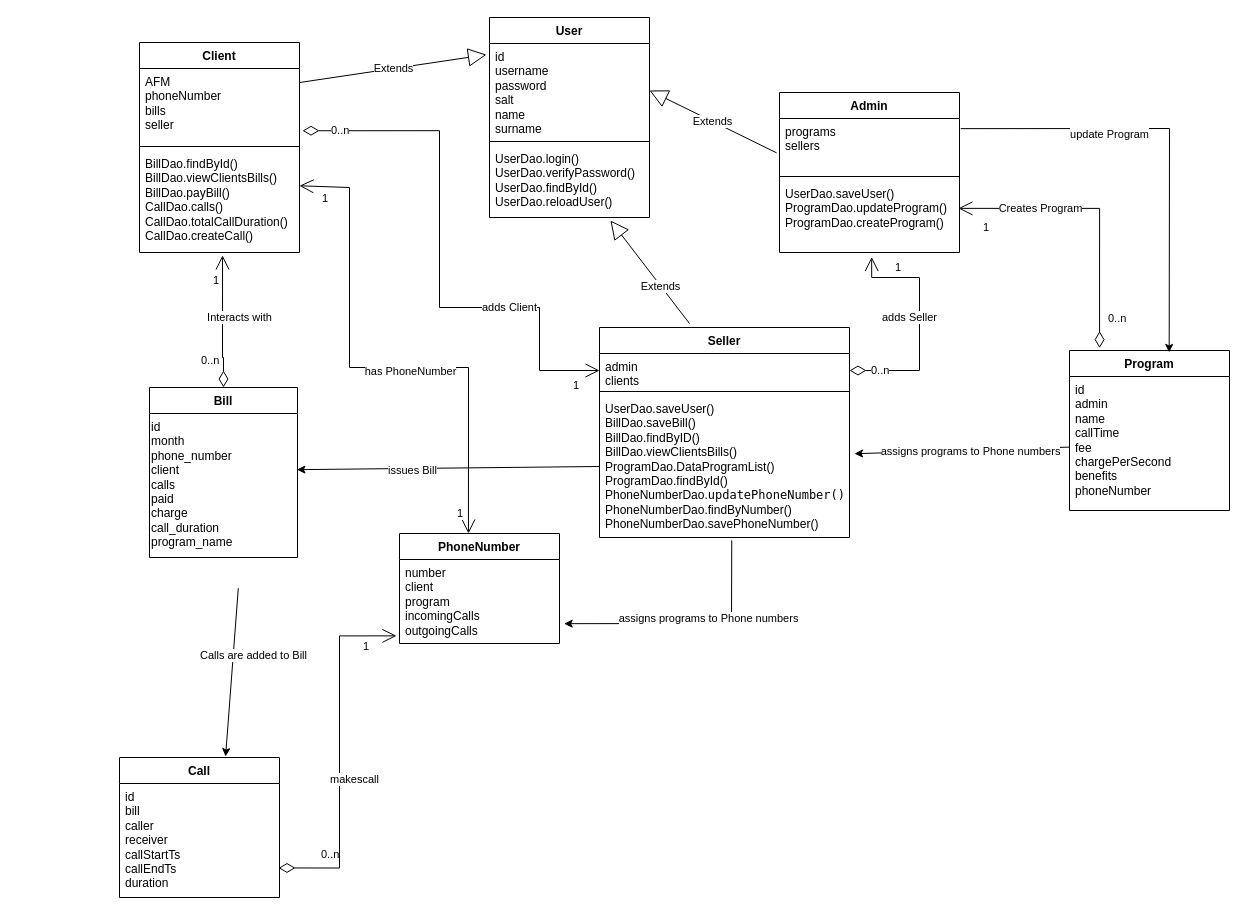
Above: Diagram.drawio in dimitry-lzs/webProgramming (draw.io), before the change. Source tidied: cells renumbered, new cells numbered last; positions are measured from the earlier drawing's top-left corner, leaving out a move shared by most shapes. Both pictures are drawn from the tidied source at 100%, with x=0, y=0 at pixel (119, 17).
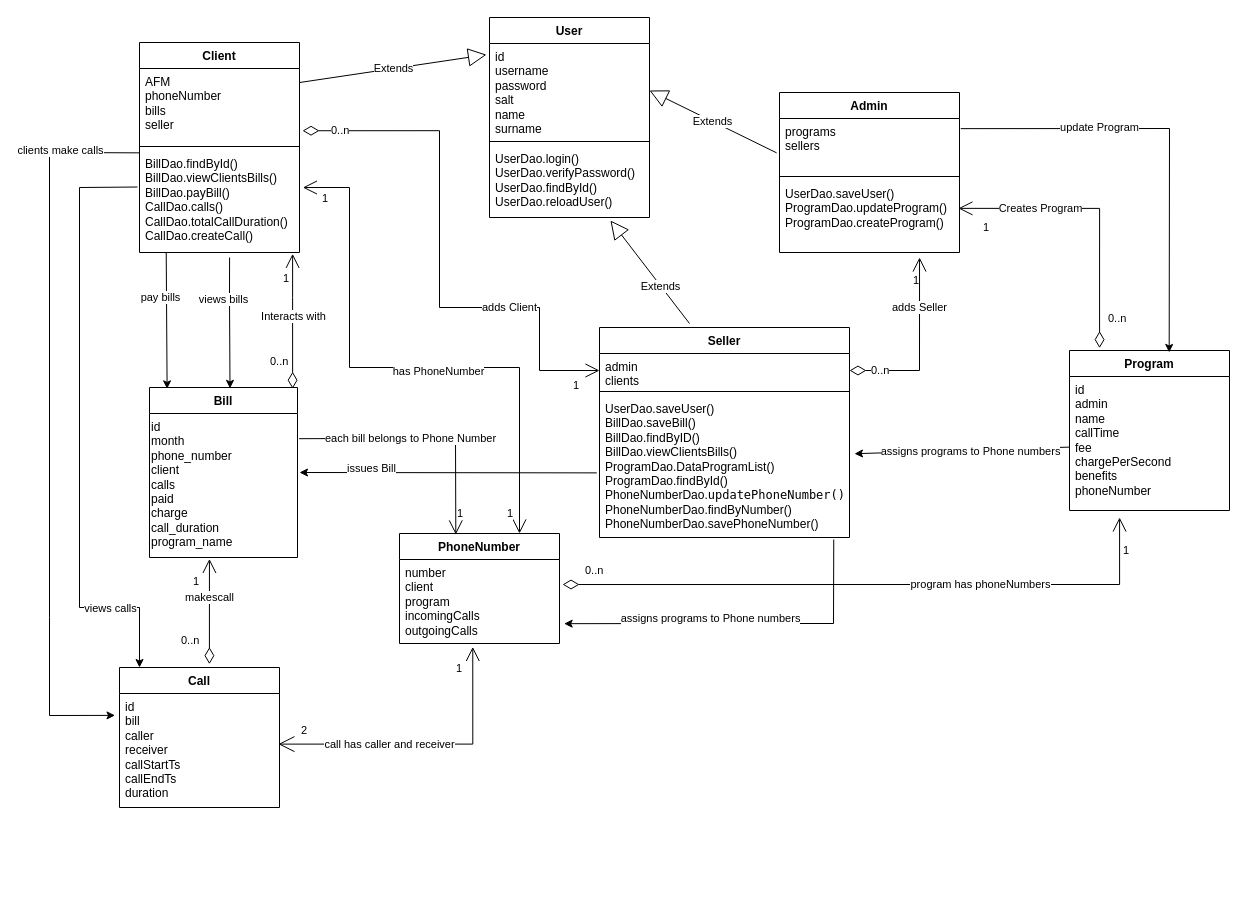
After the change.

The change refers to these unchanged cells:
```xml
<mxCell id="9" value="&lt;div&gt;UserDao.saveUser()&lt;br&gt;&lt;/div&gt;ProgramDao.updateProgram()&lt;div&gt;ProgramDao.createProgram()&lt;br&gt;&lt;/div&gt;" style="text;strokeColor=none;fillColor=none;align=left;verticalAlign=top;spacingLeft=4;spacingRight=4;overflow=hidden;points=[[0,0.5],[1,0.5]];portConstraint=eastwest;whiteSpace=wrap;html=1;" parent="6" vertex="1">
  <mxGeometry y="88" width="180" height="72" as="geometry" />
</mxCell>
<mxCell id="13" value="BillDao.findById()&lt;div&gt;BillDao.viewClientsBills()&lt;/div&gt;&lt;div&gt;BillDao.payBill()&lt;/div&gt;&lt;div&gt;CallDao.calls()&lt;/div&gt;&lt;div&gt;CallDao.totalCallDuration()&lt;/div&gt;&lt;div&gt;CallDao.createCall()&lt;/div&gt;" style="text;strokeColor=none;fillColor=none;align=left;verticalAlign=top;spacingLeft=4;spacingRight=4;overflow=hidden;points=[[0,0.5],[1,0.5]];portConstraint=eastwest;whiteSpace=wrap;html=1;" parent="10" vertex="1">
  <mxGeometry y="108" width="160" height="102" as="geometry" />
</mxCell>
<mxCell id="15" value="admin&lt;div&gt;clients&lt;/div&gt;" style="text;strokeColor=none;fillColor=none;align=left;verticalAlign=top;spacingLeft=4;spacingRight=4;overflow=hidden;points=[[0,0.5],[1,0.5]];portConstraint=eastwest;whiteSpace=wrap;html=1;" parent="14" vertex="1">
  <mxGeometry y="26" width="250" height="34" as="geometry" />
</mxCell>
<mxCell id="17" value="&lt;div&gt;UserDao.saveUser()&lt;br&gt;&lt;/div&gt;&lt;div&gt;BillDao.saveBill()&lt;/div&gt;&lt;div&gt;BillDao.findByID()&lt;/div&gt;&lt;div&gt;BillDao.viewClientsBills()&lt;/div&gt;&lt;div&gt;ProgramDao.DataProgramList()&lt;/div&gt;&lt;div&gt;ProgramDao.findById()&lt;/div&gt;&lt;div&gt;PhoneNumberDao.&lt;span style=&quot;font-family: &amp;quot;Droid Sans Mono&amp;quot;, &amp;quot;monospace&amp;quot;, monospace; white-space: pre;&quot;&gt;updatePhoneNumber()&lt;/span&gt;&lt;/div&gt;&lt;div&gt;PhoneNumberDao.findByNumber()&lt;br&gt;&lt;/div&gt;&lt;div&gt;PhoneNumberDao.savePhoneNumber()&lt;br&gt;&lt;/div&gt;" style="text;strokeColor=none;fillColor=none;align=left;verticalAlign=top;spacingLeft=4;spacingRight=4;overflow=hidden;points=[[0,0.5],[1,0.5]];portConstraint=eastwest;whiteSpace=wrap;html=1;" parent="14" vertex="1">
  <mxGeometry y="68" width="250" height="142" as="geometry" />
</mxCell>
<mxCell id="21" value="PhoneNumber" style="swimlane;fontStyle=1;align=center;verticalAlign=top;horizontal=1;startSize=26;whiteSpace=wrap;html=1;" parent="1" vertex="1">
  <mxGeometry x="280" y="516" width="160" height="110" as="geometry" />
</mxCell>
<mxCell id="22" value="&lt;div&gt;number&lt;/div&gt;&lt;div&gt;client&lt;/div&gt;&lt;div&gt;program&lt;/div&gt;&lt;div&gt;incomingCalls&lt;/div&gt;&lt;div&gt;outgoingCalls&lt;/div&gt;&lt;div&gt;&lt;br&gt;&lt;/div&gt;" style="text;strokeColor=none;fillColor=none;align=left;verticalAlign=top;spacingLeft=4;spacingRight=4;overflow=hidden;points=[[0,0.5],[1,0.5]];portConstraint=eastwest;whiteSpace=wrap;html=1;" parent="21" vertex="1">
  <mxGeometry y="26" width="160" height="84" as="geometry" />
</mxCell>
<mxCell id="24" value="&lt;div&gt;id&lt;/div&gt;&lt;div&gt;admin&lt;/div&gt;&lt;div&gt;name&lt;/div&gt;&lt;div&gt;callTime&lt;/div&gt;&lt;div&gt;fee&lt;/div&gt;&lt;div&gt;chargePerSecond&lt;/div&gt;&lt;div&gt;benefits&lt;/div&gt;&lt;div&gt;phoneNumber&lt;/div&gt;" style="text;strokeColor=none;fillColor=none;align=left;verticalAlign=top;spacingLeft=4;spacingRight=4;overflow=hidden;points=[[0,0.5],[1,0.5]];portConstraint=eastwest;whiteSpace=wrap;html=1;" parent="23" vertex="1">
  <mxGeometry y="26" width="160" height="134" as="geometry" />
</mxCell>
<mxCell id="26" value="&lt;div&gt;id&lt;/div&gt;&lt;div&gt;bill&lt;/div&gt;&lt;div&gt;caller&lt;/div&gt;&lt;div&gt;receiver&lt;/div&gt;&lt;div&gt;callStartTs&lt;/div&gt;&lt;div&gt;callEndTs&lt;/div&gt;&lt;div&gt;duration&lt;/div&gt;" style="text;strokeColor=none;fillColor=none;align=left;verticalAlign=top;spacingLeft=4;spacingRight=4;overflow=hidden;points=[[0,0.5],[1,0.5]];portConstraint=eastwest;whiteSpace=wrap;html=1;" parent="25" vertex="1">
  <mxGeometry y="26" width="160" height="114" as="geometry" />
</mxCell>
<mxCell id="27" value="Bill" style="swimlane;fontStyle=1;align=center;verticalAlign=top;horizontal=1;startSize=26;whiteSpace=wrap;html=1;" parent="1" vertex="1">
  <mxGeometry x="30" y="370" width="148" height="170" as="geometry" />
</mxCell>
<mxCell id="28" value="&lt;div style=&quot;&quot;&gt;id&lt;/div&gt;&lt;div style=&quot;&quot;&gt;month&lt;/div&gt;&lt;div style=&quot;&quot;&gt;phone_number&lt;/div&gt;&lt;div style=&quot;&quot;&gt;client&lt;/div&gt;&lt;div style=&quot;&quot;&gt;calls&lt;/div&gt;&lt;div style=&quot;&quot;&gt;paid&lt;/div&gt;&lt;div style=&quot;&quot;&gt;charge&lt;/div&gt;&lt;div style=&quot;&quot;&gt;call_duration&lt;/div&gt;&lt;div style=&quot;&quot;&gt;program_name&lt;/div&gt;&lt;div style=&quot;&quot;&gt;&lt;br&gt;&lt;/div&gt;" style="whiteSpace=wrap;html=1;align=left;fillColor=none;strokeColor=none;verticalAlign=top;" parent="27" vertex="1">
  <mxGeometry y="26" width="148" height="144" as="geometry" />
</mxCell>
<mxCell id="43" style="endArrow=classic;html=1;rounded=0;entryX=0.623;entryY=0.012;entryDx=0;entryDy=0;entryPerimeter=0;exitX=1.007;exitY=0.188;exitDx=0;exitDy=0;exitPerimeter=0;" parent="1" edge="1" source="7" target="23">
  <mxGeometry relative="1" as="geometry">
    <Array as="points">
      <mxPoint x="1050" y="111" />
    </Array>
  </mxGeometry>
</mxCell>
```

The edit, as a diff of the source:
```diff
@@
     <mxCell id="25" value="Call" style="swimlane;fontStyle=1;align=center;verticalAlign=top;horizontal=1;startSize=26;whiteSpace=wrap;html=1;" parent="1" vertex="1">
-      <mxGeometry y="740" width="160" height="140" as="geometry" />
+      <mxGeometry y="650" width="160" height="140" as="geometry" />
     </mxCell>
@@
-    <mxCell id="29" value="adds Seller" style="endArrow=open;html=1;endSize=12;startArrow=diamondThin;startSize=14;startFill=0;edgeStyle=orthogonalEdgeStyle;rounded=0;exitX=1;exitY=0.5;exitDx=0;exitDy=0;entryX=0.512;entryY=1.063;entryDx=0;entryDy=0;entryPerimeter=0;" parent="1" edge="1" source="15" target="9">
-      <mxGeometry x="0.5" y="40" relative="1" as="geometry">
+    <mxCell id="29" value="adds Seller" style="endArrow=open;html=1;endSize=12;startArrow=diamondThin;startSize=14;startFill=0;edgeStyle=orthogonalEdgeStyle;rounded=0;exitX=1;exitY=0.5;exitDx=0;exitDy=0;entryX=0.778;entryY=1.069;entryDx=0;entryDy=0;entryPerimeter=0;" parent="1" edge="1" source="15" target="9">
+      <mxGeometry x="0.45" relative="1" as="geometry">
         <Array as="points">
           <mxPoint x="800" y="353" />
-          <mxPoint x="800" y="260" />
-          <mxPoint x="752" y="260" />
         </Array>
       </mxGeometry>
     </mxCell>
@@
     <mxCell id="31" value="1" style="edgeLabel;html=1;align=right;verticalAlign=top;" parent="29" vertex="1">
       <mxGeometry x="1" relative="1" as="geometry">
-        <mxPoint x="30" y="-3" as="offset" />
+        <mxPoint y="10" as="offset" />
       </mxGeometry>
     </mxCell>
@@
-    <mxCell id="38" value="makescall" style="endArrow=open;html=1;endSize=12;startArrow=diamondThin;startSize=14;startFill=0;edgeStyle=orthogonalEdgeStyle;rounded=0;exitX=0.994;exitY=0.741;exitDx=0;exitDy=0;exitPerimeter=0;entryX=-0.019;entryY=0.909;entryDx=0;entryDy=0;entryPerimeter=0;" parent="1" edge="1" source="26" target="22">
-      <mxGeometry x="-0.15" y="-15" relative="1" as="geometry" />
-    </mxCell>
-    <mxCell id="39" value="0..n" style="edgeLabel;html=1;align=left;verticalAlign=top;" parent="38" vertex="1">
-      <mxGeometry x="-1" relative="1" as="geometry">
-        <mxPoint x="41" y="-26" as="offset" />
-      </mxGeometry>
-    </mxCell>
-    <mxCell id="40" value="1" style="edgeLabel;html=1;align=right;verticalAlign=top;" parent="38" vertex="1">
-      <mxGeometry x="1" relative="1" as="geometry">
-        <mxPoint x="-27" y="-2" as="offset" />
-      </mxGeometry>
-    </mxCell>
-    <mxCell id="41" style="endArrow=classic;html=1;rounded=0;exitX=0.6;exitY=1.179;exitDx=0;exitDy=0;exitPerimeter=0;entryX=0.663;entryY=-0.007;entryDx=0;entryDy=0;entryPerimeter=0;" parent="1" edge="1" target="25">
-      <mxGeometry relative="1" as="geometry">
-        <mxPoint x="118.8" y="570.7" as="sourcePoint" />
-      </mxGeometry>
-    </mxCell>
-    <mxCell id="42" value="Calls are added to Bill" style="edgeLabel;html=1;align=center;verticalAlign=middle;" parent="41" vertex="1">
-      <mxGeometry relative="1" as="geometry">
-        <mxPoint x="21" y="-17" as="offset" />
-      </mxGeometry>
-    </mxCell>
@@
     <mxCell id="44" value="update Program" style="edgeLabel;html=1;align=center;verticalAlign=middle;" parent="43" vertex="1">
       <mxGeometry relative="1" as="geometry">
-        <mxPoint x="-60" y="-2" as="offset" />
+        <mxPoint x="-70" y="-9" as="offset" />
       </mxGeometry>
     </mxCell>
@@
-    <mxCell id="47" style="endArrow=open;html=1;rounded=0;exitX=0.431;exitY=0;exitDx=0;exitDy=0;exitPerimeter=0;entryX=1;entryY=0.346;entryDx=0;entryDy=0;entryPerimeter=0;startArrow=open;startFill=0;endFill=0;strokeWidth=1;endSize=12;targetPerimeterSpacing=0;startSize=12;" parent="1" edge="1" source="21" target="13">
+    <mxCell id="47" style="endArrow=open;html=1;rounded=0;exitX=0.75;exitY=0;exitDx=0;exitDy=0;startArrow=open;startFill=0;endFill=0;strokeWidth=1;endSize=12;targetPerimeterSpacing=0;startSize=12;entryX=1.021;entryY=0.363;entryDx=0;entryDy=0;entryPerimeter=0;" parent="1" edge="1" source="21" target="13">
       <mxGeometry relative="1" as="geometry">
         <Array as="points">
-          <mxPoint x="349" y="350" />
+          <mxPoint x="400" y="350" />
           <mxPoint x="300" y="350" />
           <mxPoint x="230" y="350" />
           <mxPoint x="230" y="170" />
         </Array>
       </mxGeometry>
     </mxCell>
@@
-    <mxCell id="49" value="Interacts with" style="endArrow=open;html=1;endSize=12;startArrow=diamondThin;startSize=14;startFill=0;edgeStyle=orthogonalEdgeStyle;rounded=0;entryX=0.519;entryY=1.028;entryDx=0;entryDy=0;entryPerimeter=0;exitX=0.5;exitY=0;exitDx=0;exitDy=0;" parent="1" edge="1" source="27" target="13">
-      <mxGeometry x="0.07" y="-17" relative="1" as="geometry">
+    <mxCell id="49" value="Interacts with" style="endArrow=open;html=1;endSize=12;startArrow=diamondThin;startSize=14;startFill=0;edgeStyle=orthogonalEdgeStyle;rounded=0;entryX=0.957;entryY=1.013;entryDx=0;entryDy=0;entryPerimeter=0;exitX=0.967;exitY=0.007;exitDx=0;exitDy=0;exitPerimeter=0;" parent="1" edge="1" source="27" target="13">
+      <mxGeometry x="0.07" y="-1" relative="1" as="geometry">
         <Array as="points">
-          <mxPoint x="104" y="340" />
-          <mxPoint x="103" y="340" />
+          <mxPoint x="173" y="280" />
+          <mxPoint x="173" y="280" />
         </Array>
       </mxGeometry>
     </mxCell>
@@
-    <mxCell id="52" style="endArrow=classic;html=1;rounded=0;exitX=0;exitY=0.5;exitDx=0;exitDy=0;entryX=0.996;entryY=0.39;entryDx=0;entryDy=0;entryPerimeter=0;" parent="1" edge="1" source="17" target="28">
-      <mxGeometry relative="1" as="geometry" />
+    <mxCell id="52" style="endArrow=classic;html=1;rounded=0;exitX=-0.011;exitY=0.545;exitDx=0;exitDy=0;exitPerimeter=0;" parent="1" edge="1" source="17">
+      <mxGeometry relative="1" as="geometry">
+        <mxPoint x="180" y="455" as="targetPoint" />
+      </mxGeometry>
     </mxCell>
     <mxCell id="53" value="issues Bill" style="edgeLabel;html=1;align=center;verticalAlign=middle;" parent="52" vertex="1">
       <mxGeometry relative="1" as="geometry">
-        <mxPoint x="-37" y="2" as="offset" />
+        <mxPoint x="-77" y="-5" as="offset" />
       </mxGeometry>
     </mxCell>
-    <mxCell id="54" style="endArrow=classic;html=1;rounded=0;exitX=0.529;exitY=1.02;exitDx=0;exitDy=0;entryX=1.029;entryY=0.764;entryDx=0;entryDy=0;entryPerimeter=0;exitPerimeter=0;" parent="1" edge="1" source="17" target="22">
+    <mxCell id="54" style="endArrow=classic;html=1;rounded=0;exitX=0.937;exitY=1.014;exitDx=0;exitDy=0;entryX=1.029;entryY=0.764;entryDx=0;entryDy=0;entryPerimeter=0;exitPerimeter=0;" parent="1" edge="1" source="17" target="22">
       <mxGeometry relative="1" as="geometry">
         <Array as="points">
+          <mxPoint x="714" y="606" />
           <mxPoint x="612" y="606" />
         </Array>
       </mxGeometry>
     </mxCell>
     <mxCell id="55" value="assigns programs to Phone numbers" style="edgeLabel;html=1;align=center;verticalAlign=middle;rotation=0;" parent="54" vertex="1">
       <mxGeometry relative="1" as="geometry">
-        <mxPoint x="18" y="-6" as="offset" />
+        <mxPoint x="-31" y="-6" as="offset" />
       </mxGeometry>
     </mxCell>
@@
+    <mxCell id="58" style="endArrow=none;html=1;rounded=0;exitX=0.352;exitY=0.009;exitDx=0;exitDy=0;exitPerimeter=0;entryX=1.011;entryY=0.175;entryDx=0;entryDy=0;entryPerimeter=0;startArrow=open;startFill=0;endFill=0;strokeWidth=1;endSize=14;targetPerimeterSpacing=0;startSize=12;" parent="1" edge="1" source="21" target="28">
+      <mxGeometry relative="1" as="geometry">
+        <Array as="points">
+          <mxPoint x="336" y="421" />
+          <mxPoint x="290" y="420" />
+          <mxPoint x="240" y="421" />
+        </Array>
+      </mxGeometry>
+    </mxCell>
+    <mxCell id="59" value="1" style="edgeLabel;html=1;align=right;verticalAlign=top;" parent="1" vertex="1">
+      <mxGeometry x="400" y="490" as="geometry">
+        <mxPoint x="-6" y="-7" as="offset" />
+      </mxGeometry>
+    </mxCell>
+    <mxCell id="60" value="each bill belongs to Phone Number" style="edgeLabel;html=1;align=center;verticalAlign=middle;" parent="1" vertex="1">
+      <mxGeometry x="290" y="420" as="geometry" />
+    </mxCell>
+    <mxCell id="61" style="endArrow=classic;html=1;rounded=0;entryX=0.119;entryY=0.008;entryDx=0;entryDy=0;entryPerimeter=0;exitX=0.167;exitY=0.997;exitDx=0;exitDy=0;exitPerimeter=0;" parent="1" edge="1" source="13" target="27">
+      <mxGeometry relative="1" as="geometry" />
+    </mxCell>
+    <mxCell id="62" value="pay bills" style="edgeLabel;html=1;align=center;verticalAlign=middle;" parent="61" vertex="1">
+      <mxGeometry relative="1" as="geometry">
+        <mxPoint x="-7" y="-23" as="offset" />
+      </mxGeometry>
+    </mxCell>
+    <mxCell id="63" style="endArrow=classic;html=1;rounded=0;exitX=-0.002;exitY=0.023;exitDx=0;exitDy=0;exitPerimeter=0;entryX=-0.028;entryY=0.192;entryDx=0;entryDy=0;entryPerimeter=0;" parent="1" edge="1" source="13" target="26">
+      <mxGeometry relative="1" as="geometry">
+        <Array as="points">
+          <mxPoint x="-70" y="135" />
+          <mxPoint x="-70" y="600" />
+          <mxPoint x="-70" y="698" />
+        </Array>
+      </mxGeometry>
+    </mxCell>
+    <mxCell id="64" value="clients make calls" style="edgeLabel;html=1;align=center;verticalAlign=middle;" parent="63" vertex="1">
+      <mxGeometry relative="1" as="geometry">
+        <mxPoint x="10" y="-272" as="offset" />
+      </mxGeometry>
+    </mxCell>
+    <mxCell id="38" value="makescall" style="endArrow=open;html=1;endSize=12;startArrow=diamondThin;startSize=14;startFill=0;edgeStyle=orthogonalEdgeStyle;rounded=0;exitX=0.562;exitY=-0.024;exitDx=0;exitDy=0;exitPerimeter=0;entryX=0.405;entryY=1.01;entryDx=0;entryDy=0;entryPerimeter=0;" parent="1" edge="1" source="25" target="28">
+      <mxGeometry x="0.27" relative="1" as="geometry" />
+    </mxCell>
+    <mxCell id="65" value="0..n" style="edgeLabel;html=1;align=left;verticalAlign=top;" parent="38" vertex="1">
+      <mxGeometry x="-1" relative="1" as="geometry">
+        <mxPoint x="-30" y="-37" as="offset" />
+      </mxGeometry>
+    </mxCell>
+    <mxCell id="66" value="1" style="edgeLabel;html=1;align=right;verticalAlign=top;" parent="38" vertex="1">
+      <mxGeometry x="1" relative="1" as="geometry">
+        <mxPoint x="-10" y="9" as="offset" />
+      </mxGeometry>
+    </mxCell>
+    <mxCell id="67" value="call has caller and receiver" style="endArrow=open;html=1;endSize=12;startArrow=open;startSize=14;startFill=0;edgeStyle=orthogonalEdgeStyle;rounded=0;exitX=0.993;exitY=0.444;exitDx=0;exitDy=0;exitPerimeter=0;entryX=0.458;entryY=1.041;entryDx=0;entryDy=0;entryPerimeter=0;" parent="1" edge="1" source="26" target="22">
+      <mxGeometry x="-0.24" relative="1" as="geometry">
+        <Array as="points">
+          <mxPoint x="353" y="727" />
+        </Array>
+      </mxGeometry>
+    </mxCell>
+    <mxCell id="68" value="2" style="edgeLabel;html=1;align=left;verticalAlign=top;" parent="67" vertex="1">
+      <mxGeometry x="-1" relative="1" as="geometry">
+        <mxPoint x="21" y="-27" as="offset" />
+      </mxGeometry>
+    </mxCell>
+    <mxCell id="69" value="1" style="edgeLabel;html=1;align=right;verticalAlign=top;" parent="67" vertex="1">
+      <mxGeometry x="1" relative="1" as="geometry">
+        <mxPoint x="-10" y="9" as="offset" />
+      </mxGeometry>
+    </mxCell>
+    <mxCell id="70" value="program has phoneNumbers" style="endArrow=open;html=1;endSize=12;startArrow=diamondThin;startSize=14;startFill=0;edgeStyle=orthogonalEdgeStyle;rounded=0;entryX=0.313;entryY=1.052;entryDx=0;entryDy=0;entryPerimeter=0;exitX=1.019;exitY=0.298;exitDx=0;exitDy=0;exitPerimeter=0;" parent="1" edge="1" source="22" target="24">
+      <mxGeometry x="0.34" relative="1" as="geometry">
+        <Array as="points">
+          <mxPoint x="1000" y="567" />
+        </Array>
+      </mxGeometry>
+    </mxCell>
+    <mxCell id="71" value="0..n" style="edgeLabel;html=1;align=left;verticalAlign=top;" parent="70" vertex="1">
+      <mxGeometry x="-1" relative="1" as="geometry">
+        <mxPoint x="21" y="-27" as="offset" />
+      </mxGeometry>
+    </mxCell>
+    <mxCell id="72" value="1" style="edgeLabel;html=1;align=right;verticalAlign=top;" parent="70" vertex="1">
+      <mxGeometry x="1" relative="1" as="geometry">
+        <mxPoint x="10" y="20" as="offset" />
+      </mxGeometry>
+    </mxCell>
+    <mxCell id="73" style="endArrow=classic;html=1;rounded=0;exitX=-0.013;exitY=0.358;exitDx=0;exitDy=0;exitPerimeter=0;entryX=0.125;entryY=0;entryDx=0;entryDy=0;entryPerimeter=0;" parent="1" edge="1" source="13" target="25">
+      <mxGeometry relative="1" as="geometry">
+        <Array as="points">
+          <mxPoint x="-40" y="170" />
+          <mxPoint x="-40" y="590" />
+          <mxPoint x="20" y="590" />
+        </Array>
+      </mxGeometry>
+    </mxCell>
+    <mxCell id="74" value="views calls" style="edgeLabel;html=1;align=center;verticalAlign=middle;" parent="73" vertex="1">
+      <mxGeometry relative="1" as="geometry">
+        <mxPoint x="30" y="179" as="offset" />
+      </mxGeometry>
+    </mxCell>
+    <mxCell id="75" style="endArrow=classic;html=1;rounded=0;entryX=0.544;entryY=0.005;entryDx=0;entryDy=0;entryPerimeter=0;exitX=0.563;exitY=1.049;exitDx=0;exitDy=0;exitPerimeter=0;" parent="1" edge="1" source="13" target="27">
+      <mxGeometry relative="1" as="geometry">
+        <Array as="points">
+          <mxPoint x="110" y="280" />
+        </Array>
+      </mxGeometry>
+    </mxCell>
+    <mxCell id="76" value="views bills" style="edgeLabel;html=1;align=center;verticalAlign=middle;" parent="75" vertex="1">
+      <mxGeometry relative="1" as="geometry">
+        <mxPoint x="-7" y="-23" as="offset" />
+      </mxGeometry>
+    </mxCell>
```
